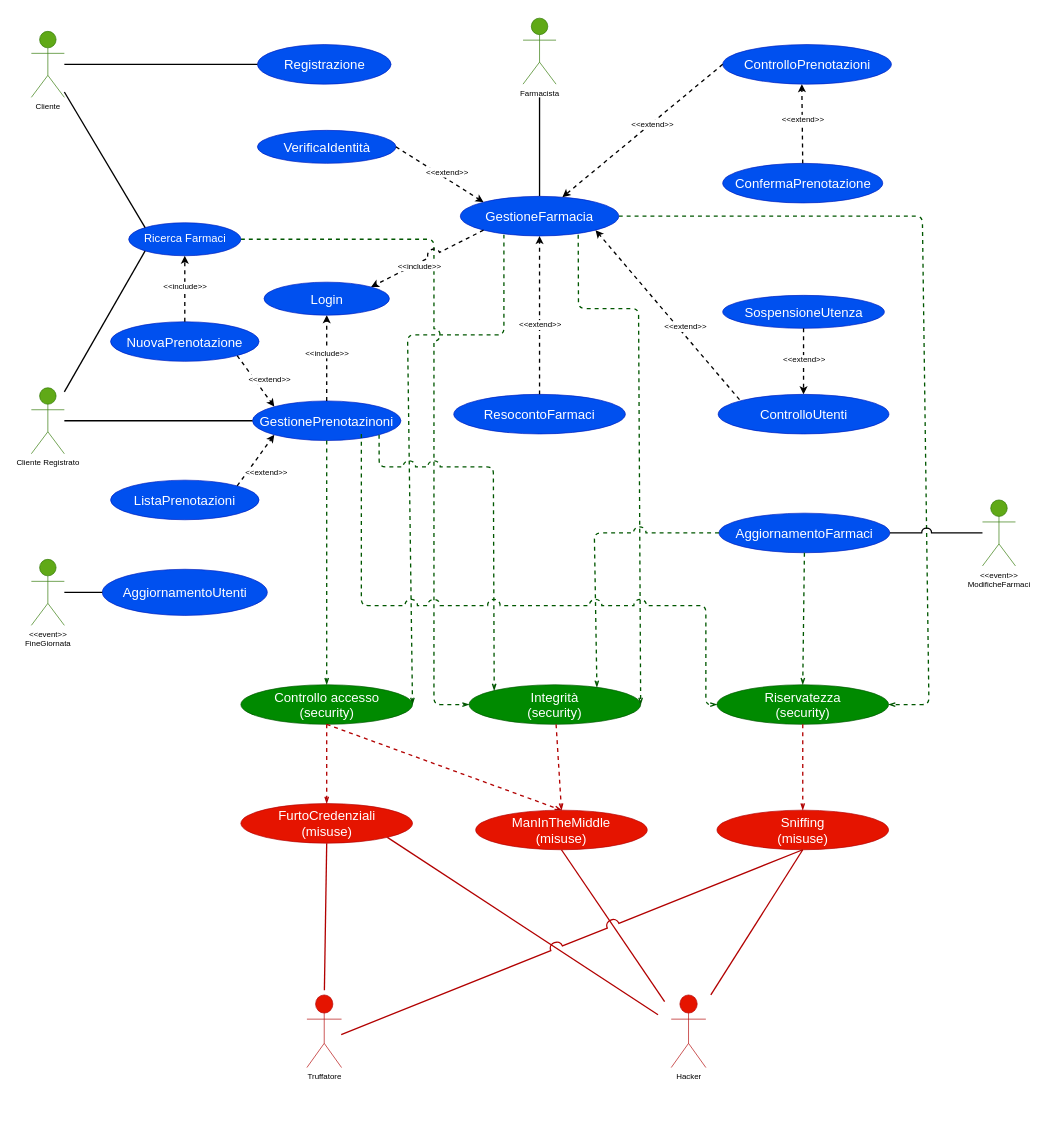
lnwor/farmabyte-doc keeps this draw.io diagram as drawio/Analisi/SecurityCase.drawio. Above is the earlier version. Source tidied: cells renumbered, new cells numbered last; positions are measured from the earlier drawing's top-left corner, leaving out a move shared by most shapes. Both pictures are drawn from the tidied source at 66%, with x=0, y=0 at pixel (31, 18).
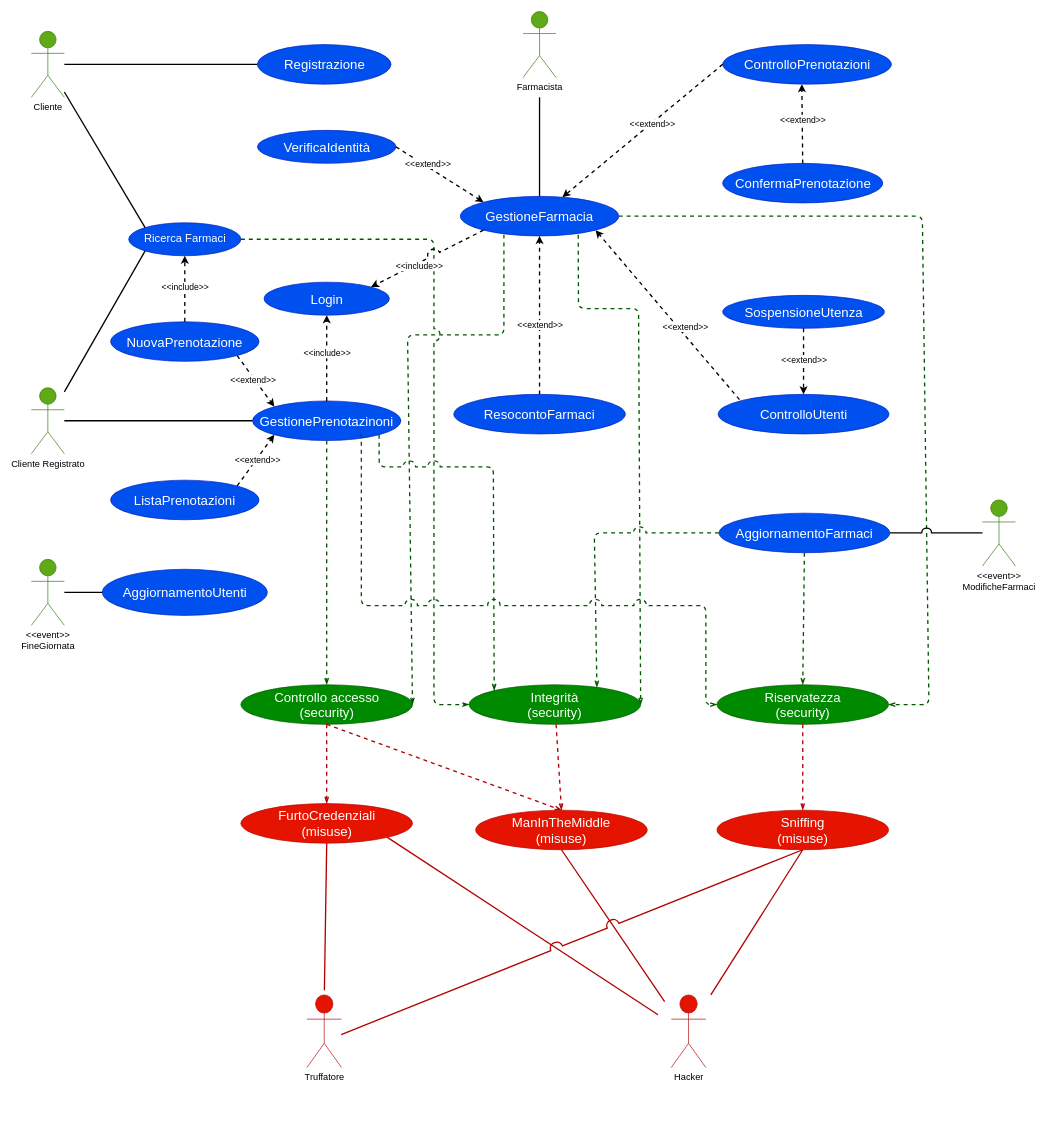
After the change.

Unchanged cells that the change refers to:
```xml
<mxCell id="9" style="endArrow=classic;html=1;shadow=0;strokeColor=#000000;strokeWidth=2;fontSize=13;dashed=1;exitX=0.5;exitY=0;exitDx=0;exitDy=0;entryX=0.5;entryY=1;entryDx=0;entryDy=0;" parent="1" edge="1" source="8" target="11">
  <mxGeometry relative="1" as="geometry" />
</mxCell>
<mxCell id="13" style="endArrow=classic;html=1;shadow=0;dashed=1;strokeColor=#000000;strokeWidth=2;fontSize=12;fontColor=#000000;exitX=1;exitY=0.5;exitDx=0;exitDy=0;entryX=0;entryY=0;entryDx=0;entryDy=0;" parent="1" edge="1" source="12" target="7">
  <mxGeometry relative="1" as="geometry" />
</mxCell>
<mxCell id="22" style="endArrow=classic;html=1;shadow=0;strokeColor=#000000;strokeWidth=2;fontSize=20;fontColor=#000000;exitX=0.5;exitY=0;exitDx=0;exitDy=0;entryX=0.5;entryY=0;entryDx=0;entryDy=0;dashed=1;" parent="1" edge="1" source="20" target="21">
  <mxGeometry relative="1" as="geometry" />
</mxCell>
<mxCell id="25" style="endArrow=classic;html=1;dashed=1;fontSize=12;exitX=0;exitY=1;exitDx=0;exitDy=0;entryX=1;entryY=0;entryDx=0;entryDy=0;strokeWidth=2;jumpStyle=arc;jumpSize=17;" parent="1" edge="1" source="7" target="11">
  <mxGeometry relative="1" as="geometry" />
</mxCell>
<mxCell id="27" style="endArrow=classic;html=1;shadow=0;strokeColor=#000000;strokeWidth=2;fontSize=12;fontColor=#000000;exitX=0.5;exitY=0;exitDx=0;exitDy=0;entryX=0.5;entryY=1;entryDx=0;entryDy=0;dashed=1;" parent="1" edge="1" source="24" target="7">
  <mxGeometry relative="1" as="geometry" />
</mxCell>
<mxCell id="29" style="endArrow=classic;html=1;shadow=0;dashed=1;strokeColor=#000000;strokeWidth=2;fontSize=12;fontColor=#000000;exitX=0.125;exitY=0.133;exitDx=0;exitDy=0;entryX=1;entryY=1;entryDx=0;entryDy=0;exitPerimeter=0;" parent="1" edge="1" source="21" target="7">
  <mxGeometry relative="1" as="geometry" />
</mxCell>
<mxCell id="32" style="endArrow=classic;html=1;shadow=0;strokeColor=#000000;strokeWidth=2;fontSize=13;fontColor=#000000;dashed=1;exitX=1;exitY=0.5;exitDx=0;exitDy=0;" parent="1" edge="1" source="31" target="7">
  <mxGeometry relative="1" as="geometry" />
</mxCell>
<mxCell id="35" style="endArrow=classic;html=1;shadow=0;strokeColor=#000000;strokeWidth=2;fontSize=20;fontColor=#000000;entryX=0.531;entryY=0;entryDx=0;entryDy=0;dashed=1;exitX=0.5;exitY=1;exitDx=0;exitDy=0;entryPerimeter=0;" parent="1" edge="1" source="34" target="31">
  <mxGeometry relative="1" as="geometry" />
</mxCell>
<mxCell id="63" style="endArrow=classic;html=1;shadow=0;dashed=1;strokeColor=#000000;strokeWidth=2;fontSize=12;fontColor=#000000;exitX=1;exitY=1;exitDx=0;exitDy=0;entryX=0;entryY=0;entryDx=0;entryDy=0;" parent="1" edge="1" source="62" target="8">
  <mxGeometry relative="1" as="geometry" />
</mxCell>
<mxCell id="65" style="endArrow=classic;html=1;shadow=0;dashed=1;strokeColor=#000000;strokeWidth=2;fontSize=12;fontColor=#000000;exitX=1;exitY=0;exitDx=0;exitDy=0;entryX=0;entryY=1;entryDx=0;entryDy=0;" parent="1" edge="1" source="61" target="8">
  <mxGeometry relative="1" as="geometry" />
</mxCell>
<mxCell id="67" style="endArrow=classic;html=1;shadow=0;strokeColor=#000000;strokeWidth=2;fontSize=13;dashed=1;exitX=0.5;exitY=0;exitDx=0;exitDy=0;entryX=0.5;entryY=1;entryDx=0;entryDy=0;" parent="1" edge="1" source="62" target="15">
  <mxGeometry relative="1" as="geometry" />
</mxCell>
```

The edit, as a diff of the source:
```diff
@@
-    <mxCell id="10" value="&amp;lt;&amp;lt;include&amp;gt;&amp;gt;" style="edgeLabel;html=1;align=center;verticalAlign=middle;fontSize=12;fontColor=#000000;" parent="9" vertex="1">
+    <mxCell id="10" value="&amp;lt;&amp;lt;include&amp;gt;&amp;gt;" style="edgeLabel;html=1;align=center;verticalAlign=middle;fontSize=13;fontColor=#000000;" parent="9" vertex="1">
       <mxGeometry x="0.33" y="-1" relative="1" as="geometry">
         <mxPoint x="-1" y="13" as="offset" />
       </mxGeometry>
     </mxCell>
@@
-    <mxCell id="14" value="&amp;lt;&amp;lt;extend&amp;gt;&amp;gt;" style="edgeLabel;html=1;align=center;verticalAlign=middle;fontSize=12;fontColor=#000000;" parent="13" vertex="1">
+    <mxCell id="14" value="&amp;lt;&amp;lt;extend&amp;gt;&amp;gt;" style="edgeLabel;html=1;align=center;verticalAlign=middle;fontSize=13;fontColor=#000000;" parent="13" vertex="1">
       <mxGeometry x="-0.24" y="3" relative="1" as="geometry">
-        <mxPoint x="25.1" y="9.2" as="offset" />
+        <mxPoint x="-4" y="-4" as="offset" />
       </mxGeometry>
     </mxCell>
@@
-    <mxCell id="23" value="&amp;lt;&amp;lt;extend&amp;gt;&amp;gt;" style="edgeLabel;html=1;align=center;verticalAlign=middle;fontSize=12;fontColor=#000000;" parent="22" vertex="1">
+    <mxCell id="23" value="&amp;lt;&amp;lt;extend&amp;gt;&amp;gt;" style="edgeLabel;html=1;align=center;verticalAlign=middle;fontSize=13;fontColor=#000000;" parent="22" vertex="1">
       <mxGeometry x="0.2" y="-1" relative="1" as="geometry">
         <mxPoint x="1" y="-12.3" as="offset" />
       </mxGeometry>
     </mxCell>
@@
-    <mxCell id="26" value="&amp;lt;&amp;lt;include&amp;gt;&amp;gt;" style="edgeLabel;html=1;align=center;verticalAlign=middle;fontSize=12;" parent="25" vertex="1">
+    <mxCell id="26" value="&amp;lt;&amp;lt;include&amp;gt;&amp;gt;" style="edgeLabel;html=1;align=center;verticalAlign=middle;fontSize=13;" parent="25" vertex="1">
       <mxGeometry x="0.17" y="5" relative="1" as="geometry">
         <mxPoint y="-1" as="offset" />
       </mxGeometry>
     </mxCell>
@@
-    <mxCell id="28" value="&amp;lt;&amp;lt;extend&amp;gt;&amp;gt;" style="edgeLabel;html=1;align=center;verticalAlign=middle;fontSize=12;fontColor=#000000;" parent="27" vertex="1">
+    <mxCell id="28" value="&amp;lt;&amp;lt;extend&amp;gt;&amp;gt;" style="edgeLabel;html=1;align=center;verticalAlign=middle;fontSize=13;fontColor=#000000;" parent="27" vertex="1">
       <mxGeometry x="-0.24" y="3" relative="1" as="geometry">
         <mxPoint x="3" y="-15" as="offset" />
       </mxGeometry>
     </mxCell>
@@
-    <mxCell id="30" value="&amp;lt;&amp;lt;extend&amp;gt;&amp;gt;" style="edgeLabel;html=1;align=center;verticalAlign=middle;fontSize=12;fontColor=#000000;" parent="29" vertex="1">
+    <mxCell id="30" value="&amp;lt;&amp;lt;extend&amp;gt;&amp;gt;" style="edgeLabel;html=1;align=center;verticalAlign=middle;fontSize=13;fontColor=#000000;" parent="29" vertex="1">
       <mxGeometry x="-0.24" y="3" relative="1" as="geometry">
         <mxPoint x="3" y="-15" as="offset" />
       </mxGeometry>
     </mxCell>
@@
-    <mxCell id="33" value="&amp;lt;&amp;lt;extend&amp;gt;&amp;gt;" style="edgeLabel;html=1;align=center;verticalAlign=middle;fontSize=12;fontColor=#000000;" parent="32" vertex="1">
+    <mxCell id="33" value="&amp;lt;&amp;lt;extend&amp;gt;&amp;gt;" style="edgeLabel;html=1;align=center;verticalAlign=middle;fontSize=13;fontColor=#000000;" parent="32" vertex="1">
       <mxGeometry x="-0.31" y="-2" relative="1" as="geometry">
         <mxPoint x="-22" y="22" as="offset" />
       </mxGeometry>
     </mxCell>
@@
-    <mxCell id="36" value="&amp;lt;&amp;lt;extend&amp;gt;&amp;gt;" style="edgeLabel;html=1;align=center;verticalAlign=middle;fontSize=12;fontColor=#000000;" parent="35" vertex="1">
+    <mxCell id="36" value="&amp;lt;&amp;lt;extend&amp;gt;&amp;gt;" style="edgeLabel;html=1;align=center;verticalAlign=middle;fontSize=13;fontColor=#000000;" parent="35" vertex="1">
       <mxGeometry x="0.2" y="-1" relative="1" as="geometry">
         <mxPoint y="6" as="offset" />
       </mxGeometry>
     </mxCell>
@@
-    <mxCell id="53" value="Truffatore" style="shape=umlActor;verticalLabelPosition=bottom;verticalAlign=top;html=1;labelBackgroundColor=none;fillColor=#e51400;strokeColor=#B20000;" parent="1" vertex="1">
+    <mxCell id="53" value="Truffatore" style="shape=umlActor;verticalLabelPosition=bottom;verticalAlign=top;html=1;labelBackgroundColor=none;fillColor=#e51400;strokeColor=#B20000;fontSize=14;" parent="1" vertex="1">
       <mxGeometry x="417.5" y="1480" width="52.5" height="110" as="geometry" />
     </mxCell>
@@
-    <mxCell id="55" value="&lt;div&gt;Hacker&lt;/div&gt;" style="shape=umlActor;verticalLabelPosition=bottom;verticalAlign=top;html=1;labelBackgroundColor=none;fillColor=#e51400;strokeColor=#B20000;" parent="1" vertex="1">
+    <mxCell id="55" value="&lt;div style=&quot;font-size: 14px;&quot;&gt;Hacker&lt;/div&gt;" style="shape=umlActor;verticalLabelPosition=bottom;verticalAlign=top;html=1;labelBackgroundColor=none;fillColor=#e51400;strokeColor=#B20000;fontSize=14;" parent="1" vertex="1">
       <mxGeometry x="969.5" y="1480" width="52.5" height="110" as="geometry" />
     </mxCell>
@@
-    <mxCell id="57" value="&lt;div&gt;Cliente&lt;/div&gt;" style="shape=umlActor;verticalLabelPosition=bottom;verticalAlign=top;html=1;outlineConnect=0;labelBackgroundColor=none;fontSize=12;fillColor=#60a917;strokeColor=#2D7600;" parent="1" vertex="1">
+    <mxCell id="57" value="&lt;div style=&quot;font-size: 14px;&quot;&gt;Cliente&lt;/div&gt;" style="shape=umlActor;verticalLabelPosition=bottom;verticalAlign=top;html=1;outlineConnect=0;labelBackgroundColor=none;fontSize=14;fillColor=#60a917;strokeColor=#2D7600;" parent="1" vertex="1">
       <mxGeometry y="20" width="50" height="100" as="geometry" />
     </mxCell>
@@
-    <mxCell id="59" value="&lt;div&gt;Farmacista&lt;/div&gt;&lt;div&gt;&lt;br&gt;&lt;/div&gt;" style="shape=umlActor;verticalLabelPosition=bottom;verticalAlign=top;html=1;labelBackgroundColor=none;fontSize=12;fillColor=#60a917;strokeColor=#2D7600;" parent="1" vertex="1">
-      <mxGeometry x="745" width="50" height="100" as="geometry" />
+    <mxCell id="59" value="&lt;div style=&quot;font-size: 14px;&quot;&gt;Farmacista&lt;/div&gt;&lt;div style=&quot;font-size: 14px;&quot;&gt;&lt;br style=&quot;font-size: 14px;&quot;&gt;&lt;/div&gt;" style="shape=umlActor;verticalLabelPosition=bottom;verticalAlign=top;html=1;labelBackgroundColor=none;fontSize=14;fillColor=#60a917;strokeColor=#2D7600;" parent="1" vertex="1">
+      <mxGeometry x="745" y="-10" width="50" height="100" as="geometry" />
     </mxCell>
-    <mxCell id="60" value="&lt;div&gt;Cliente Registrato&lt;/div&gt;" style="shape=umlActor;verticalLabelPosition=bottom;verticalAlign=top;html=1;outlineConnect=0;labelBackgroundColor=none;fontSize=12;fillColor=#60a917;strokeColor=#2D7600;" parent="1" vertex="1">
+    <mxCell id="60" value="&lt;div style=&quot;font-size: 14px;&quot;&gt;Cliente Registrato&lt;/div&gt;" style="shape=umlActor;verticalLabelPosition=bottom;verticalAlign=top;html=1;outlineConnect=0;labelBackgroundColor=none;fontSize=14;fillColor=#60a917;strokeColor=#2D7600;" parent="1" vertex="1">
       <mxGeometry y="560" width="50" height="100" as="geometry" />
     </mxCell>
@@
-    <mxCell id="64" value="&amp;lt;&amp;lt;extend&amp;gt;&amp;gt;" style="edgeLabel;html=1;align=center;verticalAlign=middle;fontSize=12;fontColor=#000000;" parent="63" vertex="1">
+    <mxCell id="64" value="&amp;lt;&amp;lt;extend&amp;gt;&amp;gt;" style="edgeLabel;html=1;align=center;verticalAlign=middle;fontSize=13;fontColor=#000000;" parent="63" vertex="1">
       <mxGeometry x="-0.24" y="3" relative="1" as="geometry">
-        <mxPoint x="25.1" y="9.2" as="offset" />
+        <mxPoint y="9" as="offset" />
       </mxGeometry>
     </mxCell>
@@
-    <mxCell id="66" value="&amp;lt;&amp;lt;extend&amp;gt;&amp;gt;" style="edgeLabel;html=1;align=center;verticalAlign=middle;fontSize=12;fontColor=#000000;" parent="65" vertex="1">
+    <mxCell id="66" value="&amp;lt;&amp;lt;extend&amp;gt;&amp;gt;" style="edgeLabel;html=1;align=center;verticalAlign=middle;fontSize=13;fontColor=#000000;" parent="65" vertex="1">
       <mxGeometry x="-0.24" y="3" relative="1" as="geometry">
-        <mxPoint x="25.1" y="9.2" as="offset" />
+        <mxPoint x="12" y="-8" as="offset" />
       </mxGeometry>
     </mxCell>
@@
-    <mxCell id="68" value="&amp;lt;&amp;lt;include&amp;gt;&amp;gt;" style="edgeLabel;html=1;align=center;verticalAlign=middle;fontSize=12;fontColor=#000000;" parent="67" vertex="1">
+    <mxCell id="68" value="&amp;lt;&amp;lt;include&amp;gt;&amp;gt;" style="edgeLabel;html=1;align=center;verticalAlign=middle;fontSize=13;fontColor=#000000;" parent="67" vertex="1">
       <mxGeometry x="0.33" y="-1" relative="1" as="geometry">
         <mxPoint x="-1" y="13" as="offset" />
       </mxGeometry>
     </mxCell>
-    <mxCell id="69" value="&lt;div&gt;&amp;lt;&amp;lt;event&amp;gt;&amp;gt;&lt;/div&gt;&lt;div&gt;FineGiornata&lt;br&gt;&lt;/div&gt;" style="shape=umlActor;verticalLabelPosition=bottom;verticalAlign=top;html=1;outlineConnect=0;labelBackgroundColor=none;fontSize=12;fillColor=#60a917;strokeColor=#2D7600;" parent="1" vertex="1">
+    <mxCell id="69" value="&lt;div style=&quot;font-size: 14px;&quot;&gt;&amp;lt;&amp;lt;event&amp;gt;&amp;gt;&lt;/div&gt;&lt;div style=&quot;font-size: 14px;&quot;&gt;FineGiornata&lt;br style=&quot;font-size: 14px;&quot;&gt;&lt;/div&gt;" style="shape=umlActor;verticalLabelPosition=bottom;verticalAlign=top;html=1;outlineConnect=0;labelBackgroundColor=none;fontSize=14;fillColor=#60a917;strokeColor=#2D7600;" parent="1" vertex="1">
       <mxGeometry y="820" width="50" height="100" as="geometry" />
     </mxCell>
@@
-    <mxCell id="72" value="&lt;div&gt;&amp;lt;&amp;lt;event&amp;gt;&amp;gt;&lt;/div&gt;&lt;div&gt;ModificheFarmaci&lt;/div&gt;" style="shape=umlActor;verticalLabelPosition=bottom;verticalAlign=top;html=1;outlineConnect=0;labelBackgroundColor=none;fontSize=12;fillColor=#60a917;strokeColor=#2D7600;" parent="1" vertex="1">
+    <mxCell id="72" value="&lt;div style=&quot;font-size: 14px;&quot;&gt;&amp;lt;&amp;lt;event&amp;gt;&amp;gt;&lt;/div&gt;&lt;div style=&quot;font-size: 14px;&quot;&gt;ModificheFarmaci&lt;/div&gt;" style="shape=umlActor;verticalLabelPosition=bottom;verticalAlign=top;html=1;outlineConnect=0;labelBackgroundColor=none;fontSize=14;fillColor=#60a917;strokeColor=#2D7600;" parent="1" vertex="1">
       <mxGeometry x="1441.1" y="730" width="50" height="100" as="geometry" />
     </mxCell>
```
